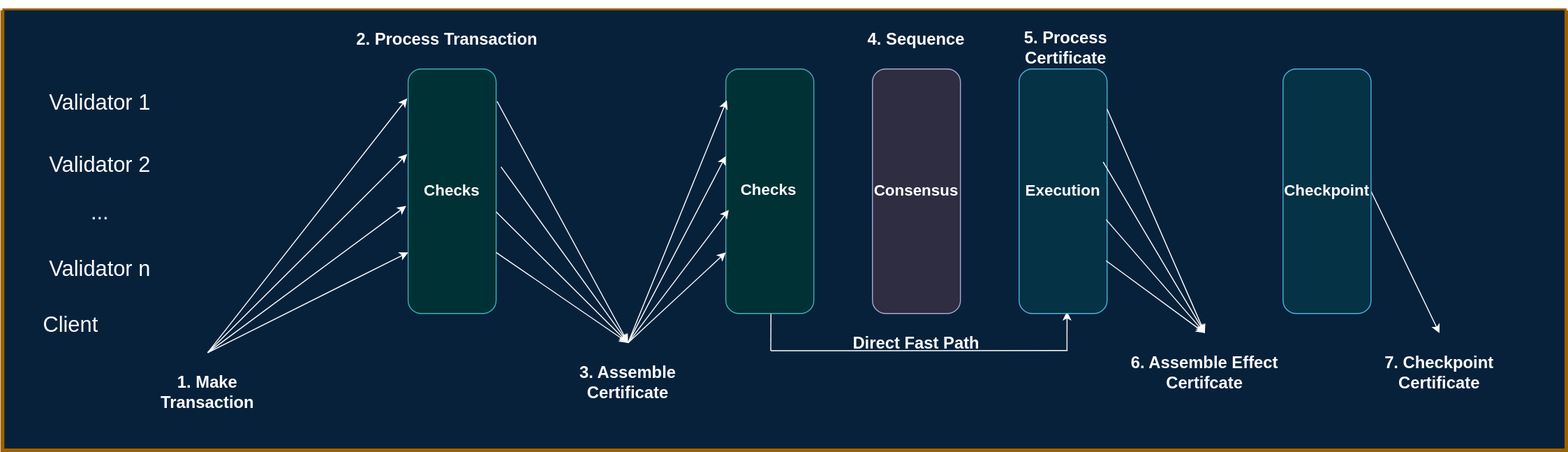
Before: docs/site/static/img/about-iota/iota-architecture/TransactionLifeCycle.svg, a diagram exported from draw.io (iotaledger/iota). Source tidied: cells renumbered, new cells last; positions are measured from the earlier drawing's top-left corner, leaving out a move shared by most shapes.
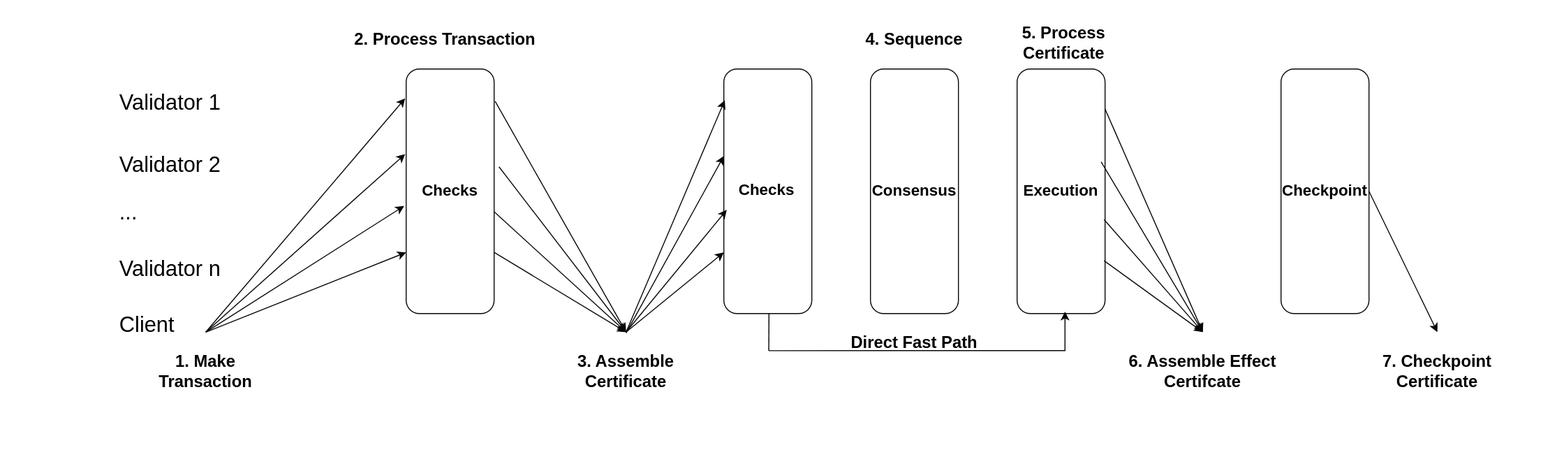
After the commit.

Commit message:
task(devx):update transaction lifecycle

What changed in the source:
```diff
@@ -4,5 +4,8 @@
     <mxCell id="1" parent="0" />
-    <mxCell id="2" value="&lt;h4&gt;&lt;br&gt;&lt;/h4&gt;" style="swimlane;html=1;startSize=0;fontStyle=1;horizontal=1;swimlaneLine=0;strokeWidth=4;swimlaneFillColor=#CCE5FF;fillColor=#ffe6cc;strokeColor=#d79b00;fontFamily=Tahoma;swimlaneHead=1;noLabel=0;spacingTop=60;" parent="1" vertex="1">
+    <mxCell id="2" value="&lt;h4&gt;&lt;br&gt;&lt;/h4&gt;" style="swimlane;html=1;startSize=0;fontStyle=1;horizontal=1;swimlaneLine=0;strokeWidth=4;swimlaneFillColor=none;fillColor=none;strokeColor=none;fontFamily=Tahoma;swimlaneHead=1;noLabel=0;spacingTop=60;" parent="1" vertex="1">
       <mxGeometry y="10" width="1600" height="450" as="geometry" />
     </mxCell>
+    <mxCell id="33" value="&lt;h1 style=&quot;font-size: 17px;&quot;&gt;Direct Fast Path&lt;/h1&gt;" style="text;html=1;align=center;verticalAlign=middle;whiteSpace=wrap;rounded=0;fontSize=17;fontColor=#000000;" parent="2" vertex="1">
+      <mxGeometry x="770" y="300" width="330" height="81" as="geometry" />
+    </mxCell>
     <mxCell id="3" style="edgeStyle=orthogonalEdgeStyle;rounded=0;orthogonalLoop=1;jettySize=auto;html=1;fontSize=8;entryX=0.5;entryY=0;entryDx=0;entryDy=0;entryPerimeter=0;strokeColor=#369FAB;fontFamily=Helvetica;" parent="2" edge="1">
@@ -22,23 +25,22 @@
     </mxCell>
-    <mxCell id="6" value="&lt;h1 style=&quot;font-size: 17px;&quot;&gt;1. Make Transaction&lt;/h1&gt;" style="text;html=1;align=center;verticalAlign=middle;whiteSpace=wrap;rounded=0;fontSize=17;" parent="2" vertex="1">
-      <mxGeometry x="130" y="350" width="160" height="81" as="geometry" />
+    <mxCell id="6" value="&lt;h1 style=&quot;font-size: 17px;&quot;&gt;1. Make Transaction&lt;/h1&gt;" style="text;html=1;align=center;verticalAlign=middle;whiteSpace=wrap;rounded=0;fontSize=17;fontColor=#000000;" parent="2" vertex="1">
+      <mxGeometry x="130" y="329" width="160" height="81" as="geometry" />
     </mxCell>
-    <mxCell id="7" value="&lt;span style=&quot;font-size: 16px;&quot;&gt;&lt;/span&gt;&lt;span style=&quot;line-height: 1; font-size: 16px;&quot;&gt;&lt;font style=&quot;font-size: 16px;&quot;&gt;&lt;b&gt;Checks&lt;/b&gt;&lt;/font&gt;&lt;/span&gt;" style="rounded=1;whiteSpace=wrap;html=1;fontFamily=Helvetica;fontSize=16;fillColor=#b0e3e6;spacingBottom=3;strokeColor=#0e8088;direction=east;flipH=0;" parent="2" vertex="1">
+    <mxCell id="7" value="&lt;span style=&quot;font-size: 16px;&quot;&gt;&lt;/span&gt;&lt;span style=&quot;line-height: 1; font-size: 16px;&quot;&gt;&lt;font style=&quot;font-size: 16px;&quot;&gt;&lt;b&gt;Checks&lt;/b&gt;&lt;/font&gt;&lt;/span&gt;" style="rounded=1;whiteSpace=wrap;html=1;fontFamily=Helvetica;fontSize=16;spacingBottom=3;direction=east;flipH=0;fontColor=#000000;fillColor=none;strokeColor=#080808;" parent="2" vertex="1">
       <mxGeometry x="415" y="60" width="90" height="250" as="geometry" />
     </mxCell>
-    <mxCell id="8" value="Client&lt;div style=&quot;font-size: 22px;&quot;&gt;&lt;br style=&quot;font-size: 22px;&quot;&gt;&lt;/div&gt;" style="text;html=1;align=center;verticalAlign=middle;whiteSpace=wrap;rounded=0;fontSize=22;" parent="2" vertex="1">
-      <mxGeometry x="40" y="320" width="60" height="30" as="geometry" />
+    <mxCell id="8" value="Client&lt;div style=&quot;font-size: 22px;&quot;&gt;&lt;br style=&quot;font-size: 22px;&quot;&gt;&lt;/div&gt;" style="text;html=1;align=left;verticalAlign=middle;whiteSpace=wrap;rounded=0;fontSize=22;fontColor=#000000;" parent="2" vertex="1">
+      <mxGeometry x="120" y="320" width="60" height="30" as="geometry" />
     </mxCell>
-    <mxCell id="9" value="&lt;div style=&quot;font-size: 22px;&quot;&gt;Validator n&lt;/div&gt;" style="text;html=1;align=center;verticalAlign=middle;whiteSpace=wrap;rounded=0;fontSize=22;" parent="2" vertex="1">
-      <mxGeometry x="40" y="250" width="120" height="30" as="geometry" />
+    <mxCell id="9" value="&lt;div style=&quot;font-size: 22px;&quot;&gt;Validator n&lt;/div&gt;" style="text;html=1;align=left;verticalAlign=middle;whiteSpace=wrap;rounded=0;fontSize=22;fontColor=#000000;" parent="2" vertex="1">
+      <mxGeometry x="120" y="250" width="120" height="30" as="geometry" />
     </mxCell>
-    <mxCell id="10" value="&lt;div style=&quot;font-size: 22px;&quot;&gt;Validator 1&lt;/div&gt;" style="text;html=1;align=center;verticalAlign=middle;whiteSpace=wrap;rounded=0;fontSize=22;" parent="2" vertex="1">
-      <mxGeometry x="40" y="80" width="120" height="30" as="geometry" />
+    <mxCell id="10" value="&lt;div style=&quot;font-size: 22px;&quot;&gt;Validator 1&lt;/div&gt;" style="text;html=1;align=left;verticalAlign=middle;whiteSpace=wrap;rounded=0;fontSize=22;fontColor=#000000;" parent="2" vertex="1">
+      <mxGeometry x="120" y="80" width="120" height="30" as="geometry" />
     </mxCell>
-    <mxCell id="11" value="&lt;div style=&quot;font-size: 22px;&quot;&gt;Validator 2&lt;/div&gt;" style="text;html=1;align=center;verticalAlign=middle;whiteSpace=wrap;rounded=0;fontSize=22;" parent="2" vertex="1">
-      <mxGeometry x="40" y="144" width="120" height="30" as="geometry" />
+    <mxCell id="11" value="&lt;div style=&quot;font-size: 22px;&quot;&gt;Validator 2&lt;/div&gt;" style="text;html=1;align=left;verticalAlign=middle;whiteSpace=wrap;rounded=0;fontSize=22;fontColor=#000000;" parent="2" vertex="1">
+      <mxGeometry x="120" y="144" width="120" height="30" as="geometry" />
     </mxCell>
-    <mxCell id="12" style="endArrow=classic;html=1;rounded=0;" parent="2" edge="1">
+    <mxCell id="12" style="endArrow=classic;html=1;rounded=0;exitX=0.5;exitY=0;exitDx=0;exitDy=0;fontColor=#000000;strokeColor=#080808;" parent="2" edge="1" source="6">
       <mxGeometry relative="1" as="geometry">
-        <mxPoint x="210" y="350" as="sourcePoint" />
         <mxPoint x="413" y="200" as="targetPoint" />
@@ -46,23 +48,21 @@
     </mxCell>
-    <mxCell id="13" style="endArrow=classic;html=1;rounded=0;entryX=0;entryY=0.75;entryDx=0;entryDy=0;" parent="2" edge="1" target="7">
-      <mxGeometry relative="1" as="geometry">
-        <mxPoint x="210" y="350" as="sourcePoint" />
-      </mxGeometry>
+    <mxCell id="13" style="endArrow=classic;html=1;rounded=0;entryX=0;entryY=0.75;entryDx=0;entryDy=0;exitX=0.5;exitY=0;exitDx=0;exitDy=0;fontColor=#000000;strokeColor=#080808;" parent="2" edge="1" source="6" target="7">
+      <mxGeometry relative="1" as="geometry" />
     </mxCell>
-    <mxCell id="14" style="endArrow=classic;html=1;rounded=0;exitX=0.5;exitY=0;exitDx=0;exitDy=0;entryX=-0.011;entryY=0.348;entryDx=0;entryDy=0;entryPerimeter=0;" parent="2" edge="1" source="6" target="7">
+    <mxCell id="14" style="endArrow=classic;html=1;rounded=0;exitX=0.5;exitY=0;exitDx=0;exitDy=0;entryX=-0.011;entryY=0.348;entryDx=0;entryDy=0;entryPerimeter=0;fontColor=#000000;strokeColor=#080808;" parent="2" edge="1" source="6" target="7">
       <mxGeometry relative="1" as="geometry" />
     </mxCell>
-    <mxCell id="15" style="endArrow=classic;html=1;rounded=0;exitX=0.5;exitY=0;exitDx=0;exitDy=0;entryX=-0.011;entryY=0.12;entryDx=0;entryDy=0;entryPerimeter=0;" parent="2" edge="1" source="6" target="7">
+    <mxCell id="15" style="endArrow=classic;html=1;rounded=0;exitX=0.5;exitY=0;exitDx=0;exitDy=0;entryX=-0.011;entryY=0.12;entryDx=0;entryDy=0;entryPerimeter=0;fontColor=#000000;strokeColor=#080808;" parent="2" edge="1" source="6" target="7">
       <mxGeometry relative="1" as="geometry" />
     </mxCell>
-    <mxCell id="16" value="&lt;h1 style=&quot;font-size: 17px;&quot;&gt;3. Assemble Certificate&lt;/h1&gt;" style="text;html=1;align=center;verticalAlign=middle;whiteSpace=wrap;rounded=0;fontSize=17;" parent="2" vertex="1">
-      <mxGeometry x="560" y="340" width="160" height="81" as="geometry" />
+    <mxCell id="16" value="&lt;h1 style=&quot;font-size: 17px;&quot;&gt;3. Assemble Certificate&lt;/h1&gt;" style="text;html=1;align=center;verticalAlign=middle;whiteSpace=wrap;rounded=0;fontSize=17;fontColor=#000000;" parent="2" vertex="1">
+      <mxGeometry x="560" y="329" width="160" height="81" as="geometry" />
     </mxCell>
-    <mxCell id="17" value="&lt;h1 style=&quot;font-size: 17px;&quot;&gt;2. Process Transaction&lt;/h1&gt;" style="text;html=1;align=center;verticalAlign=middle;whiteSpace=wrap;rounded=0;fontSize=17;" parent="2" vertex="1">
+    <mxCell id="17" value="&lt;h1 style=&quot;font-size: 17px;&quot;&gt;2. Process Transaction&lt;/h1&gt;" style="text;html=1;align=center;verticalAlign=middle;whiteSpace=wrap;rounded=0;fontSize=17;fontColor=#000000;" parent="2" vertex="1">
       <mxGeometry x="260" y="-10" width="390" height="81" as="geometry" />
     </mxCell>
-    <mxCell id="18" style="endArrow=classic;html=1;rounded=0;entryX=0.5;entryY=0;entryDx=0;entryDy=0;exitX=1.011;exitY=0.132;exitDx=0;exitDy=0;exitPerimeter=0;" parent="2" edge="1" source="7" target="16">
+    <mxCell id="18" style="endArrow=classic;html=1;rounded=0;entryX=0.5;entryY=0;entryDx=0;entryDy=0;exitX=1.011;exitY=0.132;exitDx=0;exitDy=0;exitPerimeter=0;fontColor=#000000;strokeColor=#080808;" parent="2" edge="1" source="7" target="16">
       <mxGeometry relative="1" as="geometry" />
     </mxCell>
-    <mxCell id="19" style="endArrow=classic;html=1;rounded=0;entryX=0.5;entryY=0;entryDx=0;entryDy=0;" parent="2" edge="1" target="16">
+    <mxCell id="19" style="endArrow=classic;html=1;rounded=0;entryX=0.5;entryY=0;entryDx=0;entryDy=0;fontColor=#000000;strokeColor=#080808;" parent="2" edge="1" target="16">
       <mxGeometry relative="1" as="geometry">
@@ -71,27 +71,27 @@
     </mxCell>
-    <mxCell id="20" value="&lt;h1 style=&quot;font-size: 17px;&quot;&gt;4. Sequence&lt;/h1&gt;" style="text;html=1;align=center;verticalAlign=middle;whiteSpace=wrap;rounded=0;fontSize=17;" parent="2" vertex="1">
+    <mxCell id="20" value="&lt;h1 style=&quot;font-size: 17px;&quot;&gt;4. Sequence&lt;/h1&gt;" style="text;html=1;align=center;verticalAlign=middle;whiteSpace=wrap;rounded=0;fontSize=17;fontColor=#000000;" parent="2" vertex="1">
       <mxGeometry x="740" y="-10" width="390" height="81" as="geometry" />
     </mxCell>
-    <mxCell id="21" value="&lt;h1 style=&quot;font-size: 17px;&quot;&gt;5. Process Certificate&lt;/h1&gt;" style="text;html=1;align=center;verticalAlign=middle;whiteSpace=wrap;rounded=0;fontSize=17;" parent="2" vertex="1">
-      <mxGeometry x="1028" y="-2" width="120" height="81" as="geometry" />
+    <mxCell id="21" value="&lt;h1 style=&quot;font-size: 17px;&quot;&gt;5. Process Certificate&lt;/h1&gt;" style="text;html=1;align=center;verticalAlign=middle;whiteSpace=wrap;rounded=0;fontSize=17;fontColor=#000000;" parent="2" vertex="1">
+      <mxGeometry x="1028" y="-7" width="120" height="81" as="geometry" />
     </mxCell>
-    <mxCell id="22" value="&lt;h1 style=&quot;font-size: 17px;&quot;&gt;6. Assemble Effect Certifcate&lt;/h1&gt;" style="text;html=1;align=center;verticalAlign=middle;whiteSpace=wrap;rounded=0;fontSize=17;" parent="2" vertex="1">
-      <mxGeometry x="1130" y="330" width="200" height="81" as="geometry" />
+    <mxCell id="22" value="&lt;h1 style=&quot;font-size: 17px;&quot;&gt;6. Assemble Effect Certifcate&lt;/h1&gt;" style="text;html=1;align=center;verticalAlign=middle;whiteSpace=wrap;rounded=0;fontSize=17;fontColor=#000000;" parent="2" vertex="1">
+      <mxGeometry x="1130" y="329" width="200" height="81" as="geometry" />
     </mxCell>
-    <mxCell id="23" value="&lt;h1 style=&quot;font-size: 17px;&quot;&gt;7. Checkpoint Certificate&lt;/h1&gt;" style="text;html=1;align=center;verticalAlign=middle;whiteSpace=wrap;rounded=0;fontSize=17;" parent="2" vertex="1">
-      <mxGeometry x="1370" y="330" width="200" height="81" as="geometry" />
+    <mxCell id="23" value="&lt;h1 style=&quot;font-size: 17px;&quot;&gt;7. Checkpoint Certificate&lt;/h1&gt;" style="text;html=1;align=center;verticalAlign=middle;whiteSpace=wrap;rounded=0;fontSize=17;fontColor=#000000;" parent="2" vertex="1">
+      <mxGeometry x="1370" y="329" width="200" height="81" as="geometry" />
     </mxCell>
-    <mxCell id="24" value="&lt;div style=&quot;font-size: 22px;&quot;&gt;...&lt;/div&gt;" style="text;html=1;align=center;verticalAlign=middle;whiteSpace=wrap;rounded=0;fontSize=22;" parent="2" vertex="1">
-      <mxGeometry x="40" y="192" width="120" height="30" as="geometry" />
+    <mxCell id="24" value="&lt;div style=&quot;font-size: 22px;&quot;&gt;...&lt;/div&gt;" style="text;html=1;align=left;verticalAlign=middle;whiteSpace=wrap;rounded=0;fontSize=22;fontColor=#000000;" parent="2" vertex="1">
+      <mxGeometry x="120" y="192" width="120" height="30" as="geometry" />
     </mxCell>
-    <mxCell id="25" style="endArrow=classic;html=1;rounded=0;exitX=1;exitY=0.75;exitDx=0;exitDy=0;entryX=0.5;entryY=0;entryDx=0;entryDy=0;" parent="2" edge="1" source="7" target="16">
+    <mxCell id="25" style="endArrow=classic;html=1;rounded=0;exitX=1;exitY=0.75;exitDx=0;exitDy=0;entryX=0.5;entryY=0;entryDx=0;entryDy=0;fontColor=#000000;strokeColor=#080808;" parent="2" edge="1" source="7" target="16">
       <mxGeometry relative="1" as="geometry" />
     </mxCell>
-    <mxCell id="26" style="endArrow=classic;html=1;rounded=0;exitX=1;exitY=0.584;exitDx=0;exitDy=0;entryX=0.5;entryY=0;entryDx=0;entryDy=0;exitPerimeter=0;" parent="2" edge="1" source="7" target="16">
+    <mxCell id="26" style="endArrow=classic;html=1;rounded=0;exitX=1;exitY=0.584;exitDx=0;exitDy=0;entryX=0.5;entryY=0;entryDx=0;entryDy=0;exitPerimeter=0;fontColor=#000000;strokeColor=#080808;" parent="2" edge="1" source="7" target="16">
       <mxGeometry relative="1" as="geometry" />
     </mxCell>
-    <mxCell id="27" style="endArrow=classic;html=1;rounded=0;entryX=0.5;entryY=0;entryDx=0;entryDy=0;exitX=1;exitY=0.5;exitDx=0;exitDy=0;" parent="2" edge="1" source="34" target="23">
+    <mxCell id="27" style="endArrow=classic;html=1;rounded=0;entryX=0.5;entryY=0;entryDx=0;entryDy=0;exitX=1;exitY=0.5;exitDx=0;exitDy=0;fontColor=#000000;strokeColor=#080808;" parent="2" edge="1" source="34" target="23">
       <mxGeometry relative="1" as="geometry" />
     </mxCell>
-    <mxCell id="28" style="endArrow=none;html=1;rounded=0;" parent="2" edge="1">
+    <mxCell id="28" style="endArrow=none;html=1;rounded=0;fontColor=#000000;strokeColor=#000000;" parent="2" edge="1">
       <mxGeometry relative="1" as="geometry">
@@ -101,3 +101,3 @@
     </mxCell>
-    <mxCell id="29" style="endArrow=classic;html=1;rounded=0;entryX=0.556;entryY=1;entryDx=0;entryDy=0;entryPerimeter=0;" parent="2" edge="1">
+    <mxCell id="29" style="endArrow=classic;html=1;rounded=0;entryX=0.556;entryY=1;entryDx=0;entryDy=0;entryPerimeter=0;fontColor=#000000;strokeColor=#000000;" parent="2" edge="1">
       <mxGeometry relative="1" as="geometry">
@@ -107,38 +107,29 @@
     </mxCell>
-    <mxCell id="30" value="&lt;span style=&quot;font-size: 16px;&quot;&gt;&lt;/span&gt;&lt;span style=&quot;line-height: 1; font-size: 16px;&quot;&gt;&lt;font style=&quot;font-size: 16px;&quot;&gt;&lt;b&gt;Checks&lt;/b&gt;&lt;/font&gt;&lt;/span&gt;" style="rounded=1;whiteSpace=wrap;html=1;fontFamily=Helvetica;fontSize=16;fillColor=#b0e3e6;spacingBottom=3;strokeColor=#0e8088;textDirection=vertical-lr;labelPosition=center;verticalLabelPosition=middle;align=center;verticalAlign=middle;horizontal=0;" parent="2" vertex="1">
+    <mxCell id="30" value="&lt;span style=&quot;font-size: 16px;&quot;&gt;&lt;/span&gt;&lt;span style=&quot;line-height: 1; font-size: 16px;&quot;&gt;&lt;font style=&quot;font-size: 16px;&quot;&gt;&lt;b&gt;Checks&lt;/b&gt;&lt;/font&gt;&lt;/span&gt;" style="rounded=1;whiteSpace=wrap;html=1;fontFamily=Helvetica;fontSize=16;spacingBottom=3;textDirection=vertical-lr;labelPosition=center;verticalLabelPosition=middle;align=center;verticalAlign=middle;horizontal=0;fontColor=#000000;fillColor=none;strokeColor=#080808;" parent="2" vertex="1">
       <mxGeometry x="740" y="60" width="90" height="250" as="geometry" />
     </mxCell>
-    <mxCell id="31" value="&lt;span style=&quot;font-size: 16px;&quot;&gt;&lt;/span&gt;&lt;b&gt;Consensus&lt;/b&gt;" style="rounded=1;whiteSpace=wrap;html=1;fontFamily=Helvetica;fontSize=16;fillColor=#d0cee2;spacingBottom=3;strokeColor=#56517e;" parent="2" vertex="1">
+    <mxCell id="31" value="&lt;span style=&quot;font-size: 16px;&quot;&gt;&lt;/span&gt;&lt;b&gt;Consensus&lt;/b&gt;" style="rounded=1;whiteSpace=wrap;html=1;fontFamily=Helvetica;fontSize=16;spacingBottom=3;fontColor=#000000;fillColor=none;strokeColor=#080808;" parent="2" vertex="1">
       <mxGeometry x="890" y="60" width="90" height="250" as="geometry" />
     </mxCell>
-    <mxCell id="32" value="&lt;span style=&quot;font-size: 16px;&quot;&gt;&lt;/span&gt;&lt;b&gt;Execution&lt;/b&gt;" style="rounded=1;whiteSpace=wrap;html=1;fontFamily=Helvetica;fontSize=16;fillColor=#b1ddf0;spacingBottom=3;strokeColor=#10739e;" parent="2" vertex="1">
+    <mxCell id="32" value="&lt;span style=&quot;font-size: 16px;&quot;&gt;&lt;/span&gt;&lt;b&gt;Execution&lt;/b&gt;" style="rounded=1;whiteSpace=wrap;html=1;fontFamily=Helvetica;fontSize=16;spacingBottom=3;fontColor=#000000;fillColor=none;strokeColor=#080808;" parent="2" vertex="1">
       <mxGeometry x="1040" y="60" width="90" height="250" as="geometry" />
     </mxCell>
-    <mxCell id="33" value="&lt;h1 style=&quot;font-size: 17px;&quot;&gt;Direct Fast Path&lt;/h1&gt;" style="text;html=1;align=center;verticalAlign=middle;whiteSpace=wrap;rounded=0;fontSize=17;" parent="2" vertex="1">
-      <mxGeometry x="770" y="300" width="330" height="81" as="geometry" />
-    </mxCell>
-    <mxCell id="34" value="&lt;span style=&quot;font-size: 16px;&quot;&gt;&lt;/span&gt;&lt;b&gt;Checkpoint&lt;/b&gt;" style="rounded=1;whiteSpace=wrap;html=1;fontFamily=Helvetica;fontSize=16;fillColor=#b1ddf0;spacingBottom=3;strokeColor=#10739e;" parent="2" vertex="1">
+    <mxCell id="34" value="&lt;span style=&quot;font-size: 16px;&quot;&gt;&lt;/span&gt;&lt;b&gt;Checkpoint&lt;/b&gt;" style="rounded=1;whiteSpace=wrap;html=1;fontFamily=Helvetica;fontSize=16;spacingBottom=3;fontColor=#000000;fillColor=none;strokeColor=#080808;" parent="2" vertex="1">
       <mxGeometry x="1310" y="60" width="90" height="250" as="geometry" />
     </mxCell>
+    <mxCell id="38" style="endArrow=classic;html=1;rounded=0;exitX=0.5;exitY=0;exitDx=0;exitDy=0;entryX=0.011;entryY=0.128;entryDx=0;entryDy=0;entryPerimeter=0;fontColor=#000000;strokeColor=#080808;" parent="2" edge="1" source="16" target="30">
+      <mxGeometry relative="1" as="geometry" />
+    </mxCell>
-    <mxCell id="35" style="endArrow=classic;html=1;rounded=0;entryX=0.033;entryY=0.576;entryDx=0;entryDy=0;entryPerimeter=0;" parent="1" edge="1" target="30">
-      <mxGeometry relative="1" as="geometry">
-        <mxPoint x="640" y="350" as="sourcePoint" />
-      </mxGeometry>
+    <mxCell id="35" style="endArrow=classic;html=1;rounded=0;entryX=0.033;entryY=0.576;entryDx=0;entryDy=0;entryPerimeter=0;exitX=0.5;exitY=0;exitDx=0;exitDy=0;fontColor=#000000;strokeColor=#080808;" parent="2" edge="1" source="16" target="30">
+      <mxGeometry relative="1" as="geometry" />
     </mxCell>
-    <mxCell id="36" style="endArrow=classic;html=1;rounded=0;entryX=0;entryY=0.75;entryDx=0;entryDy=0;" parent="1" edge="1" target="30">
-      <mxGeometry relative="1" as="geometry">
-        <mxPoint x="640" y="350" as="sourcePoint" />
-      </mxGeometry>
+    <mxCell id="36" style="endArrow=classic;html=1;rounded=0;entryX=0;entryY=0.75;entryDx=0;entryDy=0;exitX=0.5;exitY=0;exitDx=0;exitDy=0;fontColor=#000000;strokeColor=#080808;" parent="2" edge="1" source="16" target="30">
+      <mxGeometry relative="1" as="geometry" />
     </mxCell>
-    <mxCell id="37" style="endArrow=classic;html=1;rounded=0;exitX=0.5;exitY=0;exitDx=0;exitDy=0;entryX=0;entryY=0.356;entryDx=0;entryDy=0;entryPerimeter=0;" parent="1" edge="1" target="30">
+    <mxCell id="37" style="endArrow=classic;html=1;rounded=0;entryX=0;entryY=0.356;entryDx=0;entryDy=0;entryPerimeter=0;fontColor=#000000;strokeColor=#080808;" parent="1" edge="1" target="30">
       <mxGeometry relative="1" as="geometry">
-        <mxPoint x="640" y="350" as="sourcePoint" />
+        <mxPoint x="640" y="340" as="sourcePoint" />
       </mxGeometry>
     </mxCell>
-    <mxCell id="38" style="endArrow=classic;html=1;rounded=0;exitX=0.5;exitY=0;exitDx=0;exitDy=0;entryX=0.011;entryY=0.128;entryDx=0;entryDy=0;entryPerimeter=0;" parent="1" edge="1" target="30">
-      <mxGeometry relative="1" as="geometry">
-        <mxPoint x="640" y="350" as="sourcePoint" />
-      </mxGeometry>
-    </mxCell>
-    <mxCell id="39" style="endArrow=classic;html=1;rounded=0;entryX=0.5;entryY=0;entryDx=0;entryDy=0;exitX=1.011;exitY=0.132;exitDx=0;exitDy=0;exitPerimeter=0;" parent="1" edge="1" target="22">
+    <mxCell id="39" style="endArrow=classic;html=1;rounded=0;entryX=0.5;entryY=0;entryDx=0;entryDy=0;exitX=1.011;exitY=0.132;exitDx=0;exitDy=0;exitPerimeter=0;fontColor=#000000;strokeColor=#080808;" parent="1" edge="1" target="22">
       <mxGeometry relative="1" as="geometry">
@@ -147,3 +138,3 @@
     </mxCell>
-    <mxCell id="40" style="endArrow=classic;html=1;rounded=0;exitX=0.967;exitY=0.348;exitDx=0;exitDy=0;entryX=0.5;entryY=0;entryDx=0;entryDy=0;exitPerimeter=0;" parent="1" edge="1" target="22">
+    <mxCell id="40" style="endArrow=classic;html=1;rounded=0;exitX=0.967;exitY=0.348;exitDx=0;exitDy=0;entryX=0.5;entryY=0;entryDx=0;entryDy=0;exitPerimeter=0;fontColor=#000000;strokeColor=#080808;" parent="1" edge="1" target="22">
       <mxGeometry relative="1" as="geometry">
@@ -152,3 +143,3 @@
     </mxCell>
-    <mxCell id="41" style="endArrow=classic;html=1;rounded=0;exitX=1;exitY=0.75;exitDx=0;exitDy=0;entryX=0.5;entryY=0;entryDx=0;entryDy=0;" parent="1" edge="1" target="22">
+    <mxCell id="41" style="endArrow=classic;html=1;rounded=0;exitX=1;exitY=0.75;exitDx=0;exitDy=0;entryX=0.5;entryY=0;entryDx=0;entryDy=0;fontColor=#000000;strokeColor=#080808;" parent="1" edge="1" target="22">
       <mxGeometry relative="1" as="geometry">
@@ -157,3 +148,3 @@
     </mxCell>
-    <mxCell id="42" style="endArrow=classic;html=1;rounded=0;exitX=1;exitY=0.584;exitDx=0;exitDy=0;entryX=0.5;entryY=0;entryDx=0;entryDy=0;exitPerimeter=0;" parent="1" edge="1" target="22">
+    <mxCell id="42" style="endArrow=classic;html=1;rounded=0;exitX=1;exitY=0.584;exitDx=0;exitDy=0;entryX=0.5;entryY=0;entryDx=0;entryDy=0;exitPerimeter=0;fontColor=#000000;strokeColor=#080808;" parent="1" edge="1" target="22">
       <mxGeometry relative="1" as="geometry">
@@ -162,3 +153,3 @@
     </mxCell>
-    <mxCell id="43" style="endArrow=none;html=1;rounded=0;entryX=0.681;entryY=0.773;entryDx=0;entryDy=0;entryPerimeter=0;" parent="1" edge="1" target="2">
+    <mxCell id="43" style="endArrow=none;html=1;rounded=0;entryX=0.681;entryY=0.773;entryDx=0;entryDy=0;entryPerimeter=0;fontColor=#000000;strokeColor=#080808;" parent="1" edge="1" target="2">
       <mxGeometry relative="1" as="geometry">
```
